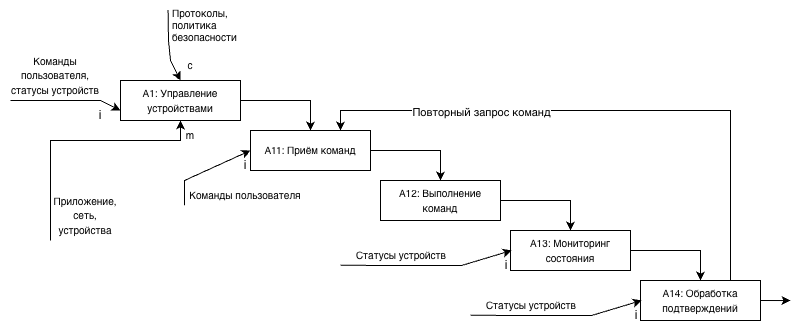
The draw.io diagram Диаграммы (3 Лабораторная работа)/Диаграмма первого уровня А1 (3 Лабораторная).png in motshexe/3103-PGUTISHKI, before a commit. Source tidied: cells renumbered, new cells last; positions are measured from the earlier drawing's top-left corner, leaving out a move shared by most shapes. Source of this version:
```xml
<mxGraphModel>
  <root>
    <mxCell id="0" />
    <mxCell id="1" parent="0" />
    <mxCell id="2" style="edgeStyle=orthogonalEdgeStyle;rounded=0;jettySize=auto;html=1;exitX=1;exitY=0.5;exitDx=0;exitDy=0;entryX=0.5;entryY=0;entryDx=0;entryDy=0;" parent="1" edge="1" source="3" target="11">
      <mxGeometry relative="1" as="geometry" />
    </mxCell>
    <mxCell id="3" value="&lt;font style=&quot;font-size: 10px;&quot;&gt;A1: Управление устройствами&lt;/font&gt;" style="rounded=0;whiteSpace=wrap;html=1;" parent="1" vertex="1">
      <mxGeometry x="120" y="80" width="120" height="40" as="geometry" />
    </mxCell>
    <mxCell id="4" value="&lt;font style=&quot;font-size: 10px;&quot;&gt;Команды пользователя, статусы устройств&lt;/font&gt;" style="text;html=1;whiteSpace=wrap;strokeColor=none;fillColor=none;align=center;verticalAlign=middle;rounded=0;" parent="1" vertex="1">
      <mxGeometry y="60" width="110" height="30" as="geometry" />
    </mxCell>
    <mxCell id="5" style="edgeStyle=none;jettySize=auto;html=1;rounded=0;entryX=0;entryY=0.75;entryDx=0;entryDy=0;" parent="1" edge="1" target="3">
      <mxGeometry relative="1" as="geometry">
        <mxPoint x="10" y="100" as="sourcePoint" />
        <Array as="points">
          <mxPoint x="50" y="100" />
          <mxPoint x="100" y="100" />
        </Array>
      </mxGeometry>
    </mxCell>
    <mxCell id="6" value="i" style="text;html=1;whiteSpace=wrap;strokeColor=none;fillColor=none;align=center;verticalAlign=middle;rounded=0;" parent="1" vertex="1">
      <mxGeometry x="70" y="100" width="60" height="30" as="geometry" />
    </mxCell>
    <mxCell id="7" value="Протоколы, политика безопасности" style="text;whiteSpace=wrap;fontSize=10;" parent="1" vertex="1">
      <mxGeometry x="170" width="90" height="40" as="geometry" />
    </mxCell>
    <mxCell id="8" style="edgeStyle=none;jettySize=auto;html=1;rounded=0;entryX=0.5;entryY=0;entryDx=0;entryDy=0;exitX=-0.027;exitY=0.235;exitDx=0;exitDy=0;exitPerimeter=0;" parent="1" edge="1" source="7" target="3">
      <mxGeometry relative="1" as="geometry">
        <Array as="points">
          <mxPoint x="168" y="40" />
          <mxPoint x="170" y="60" />
        </Array>
      </mxGeometry>
    </mxCell>
    <mxCell id="9" value="&lt;font style=&quot;font-size: 10px;&quot;&gt;с&lt;/font&gt;" style="text;html=1;whiteSpace=wrap;strokeColor=none;fillColor=none;align=center;verticalAlign=middle;rounded=0;" parent="1" vertex="1">
      <mxGeometry x="160" y="50" width="60" height="30" as="geometry" />
    </mxCell>
    <mxCell id="10" style="edgeStyle=orthogonalEdgeStyle;rounded=0;jettySize=auto;html=1;exitX=1;exitY=0.5;exitDx=0;exitDy=0;entryX=0.5;entryY=0;entryDx=0;entryDy=0;" parent="1" edge="1" source="11" target="13">
      <mxGeometry relative="1" as="geometry" />
    </mxCell>
    <mxCell id="11" value="&lt;font style=&quot;font-size: 10px;&quot;&gt;A11: Приём команд&lt;/font&gt;" style="rounded=0;whiteSpace=wrap;html=1;" parent="1" vertex="1">
      <mxGeometry x="250" y="130" width="120" height="40" as="geometry" />
    </mxCell>
    <mxCell id="12" style="edgeStyle=orthogonalEdgeStyle;rounded=0;jettySize=auto;html=1;exitX=1;exitY=0.5;exitDx=0;exitDy=0;entryX=0.5;entryY=0;entryDx=0;entryDy=0;" parent="1" edge="1" source="13" target="15">
      <mxGeometry relative="1" as="geometry" />
    </mxCell>
    <mxCell id="13" value="&lt;font style=&quot;font-size: 10px;&quot;&gt;A12: Выполнение команд&lt;/font&gt;" style="rounded=0;whiteSpace=wrap;html=1;" parent="1" vertex="1">
      <mxGeometry x="380" y="180" width="120" height="40" as="geometry" />
    </mxCell>
    <mxCell id="14" style="edgeStyle=orthogonalEdgeStyle;rounded=0;jettySize=auto;html=1;exitX=1;exitY=0.5;exitDx=0;exitDy=0;entryX=0.5;entryY=0;entryDx=0;entryDy=0;" parent="1" edge="1" source="15" target="19">
      <mxGeometry relative="1" as="geometry" />
    </mxCell>
    <mxCell id="15" value="&lt;font style=&quot;font-size: 10px;&quot;&gt;A13: Мониторинг состояния&lt;/font&gt;&lt;span style=&quot;color: rgba(0, 0, 0, 0); font-family: monospace; font-size: 0px; text-align: start; text-wrap-mode: nowrap;&quot;&gt;%3CmxGraphModel%3E%3Croot%3E%3CmxCell%20id%3D%220%22%2F%3E%3CmxCell%20id%3D%221%22%20parent%3D%220%22%2F%3E%3CmxCell%20id%3D%222%22%20value%3D%22%26lt%3Bfont%20style%3D%26quot%3Bfont-size%3A%2010px%3B%26quot%3B%26gt%3BA12%3A%20%D0%92%D1%8B%D0%BF%D0%BE%D0%BB%D0%BD%D0%B5%D0%BD%D0%B8%D0%B5%20%D0%BA%D0%BE%D0%BC%D0%B0%D0%BD%D0%B4%26lt%3B%2Ffont%26gt%3B%22%20style%3D%22rounded%3D0%3BwhiteSpace%3Dwrap%3Bhtml%3D1%3B%22%20vertex%3D%221%22%20parent%3D%221%22%3E%3CmxGeometry%20x%3D%22380%22%20y%3D%22180%22%20width%3D%22120%22%20height%3D%2240%22%20as%3D%22geometry%22%2F%3E%3C%2FmxCell%3E%3C%2Froot%3E%3C%2FmxGraphModel%3E&lt;/span&gt;" style="rounded=0;whiteSpace=wrap;html=1;" parent="1" vertex="1">
      <mxGeometry x="510" y="230" width="120" height="40" as="geometry" />
    </mxCell>
    <mxCell id="16" style="edgeStyle=orthogonalEdgeStyle;rounded=0;jettySize=auto;html=1;exitX=1;exitY=0.5;exitDx=0;exitDy=0;" parent="1" edge="1" source="19">
      <mxGeometry relative="1" as="geometry">
        <mxPoint x="790" y="300.2" as="targetPoint" />
      </mxGeometry>
    </mxCell>
    <mxCell id="17" style="edgeStyle=orthogonalEdgeStyle;rounded=0;jettySize=auto;html=1;exitX=0.75;exitY=0;exitDx=0;exitDy=0;entryX=0.75;entryY=0;entryDx=0;entryDy=0;" parent="1" edge="1" source="19" target="11">
      <mxGeometry relative="1" as="geometry" />
    </mxCell>
    <mxCell id="18" value="Повторный запрос команд" style="edgeLabel;html=1;align=center;verticalAlign=middle;" parent="17" vertex="1">
      <mxGeometry x="0.45" y="1" relative="1" as="geometry" />
    </mxCell>
    <mxCell id="19" value="&lt;font style=&quot;font-size: 10px;&quot;&gt;A14: Обработка подтверждений&lt;/font&gt;&lt;span style=&quot;color: rgba(0, 0, 0, 0); font-family: monospace; font-size: 0px; text-align: start; text-wrap-mode: nowrap;&quot;&gt;%3CmxGraphModel%3E%3Croot%3E%3CmxCell%20id%3D%220%22%2F%3E%3CmxCell%20id%3D%221%22%20parent%3D%220%22%2F%3E%3CmxCell%20id%3D%222%22%20value%3D%22%26lt%3Bfont%20style%3D%26quot%3Bfont-size%3A%2010px%3B%26quot%3B%26gt%3BA12%3A%20%D0%92%D1%8B%D0%BF%D0%BE%D0%BB%D0%BD%D0%B5%D0%BD%D0%B8%D0%B5%20%D0%BA%D0%BE%D0%BC%D0%B0%D0%BD%D0%B4%26lt%3B%2Ffont%26gt%3B%22%20style%3D%22rounded%3D0%3BwhiteSpace%3Dwrap%3Bhtml%3D1%3B%22%20vertex%3D%221%22%20parent%3D%221%22%3E%3CmxGeometry%20x%3D%22380%22%20y%3D%22180%22%20width%3D%22120%22%20height%3D%2240%22%20as%3D%22geometry%22%2F%3E%3C%2FmxCell%3E%3C%2Froot%3E%3C%2FmxGraphModel%3E&lt;/span&gt;" style="rounded=0;whiteSpace=wrap;html=1;" parent="1" vertex="1">
      <mxGeometry x="640" y="280" width="120" height="40" as="geometry" />
    </mxCell>
    <mxCell id="20" value="&lt;font style=&quot;font-size: 10px;&quot;&gt;Команды пользователя&lt;/font&gt;" style="text;html=1;whiteSpace=wrap;strokeColor=none;fillColor=none;align=center;verticalAlign=middle;rounded=0;" parent="1" vertex="1">
      <mxGeometry x="185" y="180" width="120" height="30" as="geometry" />
    </mxCell>
    <mxCell id="21" style="edgeStyle=none;jettySize=auto;html=1;rounded=0;entryX=0;entryY=0.5;entryDx=0;entryDy=0;exitX=-0.009;exitY=0.825;exitDx=0;exitDy=0;exitPerimeter=0;" parent="1" edge="1" source="20" target="11">
      <mxGeometry relative="1" as="geometry">
        <Array as="points">
          <mxPoint x="184" y="180" />
        </Array>
      </mxGeometry>
    </mxCell>
    <mxCell id="22" value="i" style="text;html=1;whiteSpace=wrap;strokeColor=none;fillColor=none;align=center;verticalAlign=middle;rounded=0;" parent="1" vertex="1">
      <mxGeometry x="230" y="150" width="30" height="30" as="geometry" />
    </mxCell>
    <mxCell id="23" value="&lt;span style=&quot;font-size: 10px;&quot;&gt;Статусы устройств&lt;/span&gt;" style="text;html=1;whiteSpace=wrap;strokeColor=none;fillColor=none;align=center;verticalAlign=middle;rounded=0;" parent="1" vertex="1">
      <mxGeometry x="341.1" y="240" width="120" height="30" as="geometry" />
    </mxCell>
    <mxCell id="24" style="edgeStyle=none;jettySize=auto;html=1;rounded=0;entryX=0;entryY=0.5;entryDx=0;entryDy=0;exitX=-0.009;exitY=0.825;exitDx=0;exitDy=0;exitPerimeter=0;" parent="1" edge="1" source="23">
      <mxGeometry relative="1" as="geometry">
        <mxPoint x="511.1" y="250" as="targetPoint" />
        <Array as="points">
          <mxPoint x="391.1" y="265" />
          <mxPoint x="461.1" y="265" />
        </Array>
      </mxGeometry>
    </mxCell>
    <mxCell id="25" value="i" style="text;html=1;whiteSpace=wrap;strokeColor=none;fillColor=none;align=center;verticalAlign=middle;rounded=0;" parent="1" vertex="1">
      <mxGeometry x="491.1" y="250" width="30" height="30" as="geometry" />
    </mxCell>
    <mxCell id="26" value="&lt;span style=&quot;font-size: 10px;&quot;&gt;Статусы устройств&lt;/span&gt;" style="text;html=1;whiteSpace=wrap;strokeColor=none;fillColor=none;align=center;verticalAlign=middle;rounded=0;" parent="1" vertex="1">
      <mxGeometry x="471.1" y="290" width="120" height="30" as="geometry" />
    </mxCell>
    <mxCell id="27" style="edgeStyle=none;jettySize=auto;html=1;rounded=0;entryX=0;entryY=0.5;entryDx=0;entryDy=0;exitX=-0.009;exitY=0.825;exitDx=0;exitDy=0;exitPerimeter=0;" parent="1" edge="1" source="26">
      <mxGeometry relative="1" as="geometry">
        <mxPoint x="641.1" y="300" as="targetPoint" />
        <Array as="points">
          <mxPoint x="521.1" y="315" />
          <mxPoint x="591.1" y="315" />
        </Array>
      </mxGeometry>
    </mxCell>
    <mxCell id="28" value="i" style="text;html=1;whiteSpace=wrap;strokeColor=none;fillColor=none;align=center;verticalAlign=middle;rounded=0;" parent="1" vertex="1">
      <mxGeometry x="621.1" y="300" width="30" height="30" as="geometry" />
    </mxCell>
    <mxCell id="29" value="&lt;font style=&quot;font-size: 10px;&quot;&gt;Приложение, сеть, устройства&lt;/font&gt;" style="text;html=1;whiteSpace=wrap;strokeColor=none;fillColor=none;align=center;verticalAlign=middle;rounded=0;" parent="1" vertex="1">
      <mxGeometry x="50" y="200" width="70" height="30" as="geometry" />
    </mxCell>
    <mxCell id="30" style="edgeStyle=none;jettySize=auto;html=1;rounded=0;entryX=0.5;entryY=1;entryDx=0;entryDy=0;" parent="1" edge="1" target="3">
      <mxGeometry relative="1" as="geometry">
        <mxPoint x="50" y="240" as="sourcePoint" />
        <Array as="points">
          <mxPoint x="50" y="240" />
          <mxPoint x="50" y="140" />
          <mxPoint x="180" y="140" />
        </Array>
      </mxGeometry>
    </mxCell>
    <mxCell id="31" value="&lt;span style=&quot;font-size: 10px;&quot;&gt;m&lt;/span&gt;" style="text;html=1;whiteSpace=wrap;strokeColor=none;fillColor=none;align=center;verticalAlign=middle;rounded=0;" parent="1" vertex="1">
      <mxGeometry x="160" y="120" width="60" height="30" as="geometry" />
    </mxCell>
  </root>
</mxGraphModel>
```
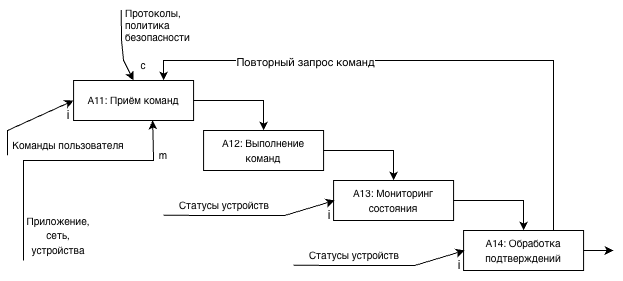
Above is the later version.

Diff of the diagram source:
```diff
@@ -2,40 +2,20 @@
   <root>
     <mxCell id="0" />
     <mxCell id="1" parent="0" />
-    <mxCell id="2" style="edgeStyle=orthogonalEdgeStyle;rounded=0;jettySize=auto;html=1;exitX=1;exitY=0.5;exitDx=0;exitDy=0;entryX=0.5;entryY=0;entryDx=0;entryDy=0;" parent="1" edge="1" source="3" target="11">
-      <mxGeometry relative="1" as="geometry" />
-    </mxCell>
-    <mxCell id="3" value="&lt;font style=&quot;font-size: 10px;&quot;&gt;A1: Управление устройствами&lt;/font&gt;" style="rounded=0;whiteSpace=wrap;html=1;" parent="1" vertex="1">
-      <mxGeometry x="120" y="80" width="120" height="40" as="geometry" />
-    </mxCell>
-    <mxCell id="4" value="&lt;font style=&quot;font-size: 10px;&quot;&gt;Команды пользователя, статусы устройств&lt;/font&gt;" style="text;html=1;whiteSpace=wrap;strokeColor=none;fillColor=none;align=center;verticalAlign=middle;rounded=0;" parent="1" vertex="1">
-      <mxGeometry y="60" width="110" height="30" as="geometry" />
-    </mxCell>
-    <mxCell id="5" style="edgeStyle=none;jettySize=auto;html=1;rounded=0;entryX=0;entryY=0.75;entryDx=0;entryDy=0;" parent="1" edge="1" target="3">
-      <mxGeometry relative="1" as="geometry">
-        <mxPoint x="10" y="100" as="sourcePoint" />
-        <Array as="points">
-          <mxPoint x="50" y="100" />
-          <mxPoint x="100" y="100" />
-        </Array>
-      </mxGeometry>
-    </mxCell>
-    <mxCell id="6" value="i" style="text;html=1;whiteSpace=wrap;strokeColor=none;fillColor=none;align=center;verticalAlign=middle;rounded=0;" parent="1" vertex="1">
-      <mxGeometry x="70" y="100" width="60" height="30" as="geometry" />
-    </mxCell>
     <mxCell id="7" value="Протоколы, политика безопасности" style="text;whiteSpace=wrap;fontSize=10;" parent="1" vertex="1">
-      <mxGeometry x="170" width="90" height="40" as="geometry" />
+      <mxGeometry x="300" y="50" width="90" height="40" as="geometry" />
     </mxCell>
-    <mxCell id="8" style="edgeStyle=none;jettySize=auto;html=1;rounded=0;entryX=0.5;entryY=0;entryDx=0;entryDy=0;exitX=-0.027;exitY=0.235;exitDx=0;exitDy=0;exitPerimeter=0;" parent="1" edge="1" source="7" target="3">
+    <mxCell id="8" style="edgeStyle=none;jettySize=auto;html=1;rounded=0;entryX=0.5;entryY=0;entryDx=0;entryDy=0;exitX=-0.027;exitY=0.235;exitDx=0;exitDy=0;exitPerimeter=0;" parent="1" edge="1" source="7">
       <mxGeometry relative="1" as="geometry">
+        <mxPoint x="310" y="130" as="targetPoint" />
         <Array as="points">
-          <mxPoint x="168" y="40" />
-          <mxPoint x="170" y="60" />
+          <mxPoint x="298" y="90" />
+          <mxPoint x="300" y="110" />
         </Array>
       </mxGeometry>
     </mxCell>
     <mxCell id="9" value="&lt;font style=&quot;font-size: 10px;&quot;&gt;с&lt;/font&gt;" style="text;html=1;whiteSpace=wrap;strokeColor=none;fillColor=none;align=center;verticalAlign=middle;rounded=0;" parent="1" vertex="1">
-      <mxGeometry x="160" y="50" width="60" height="30" as="geometry" />
+      <mxGeometry x="290" y="100" width="60" height="30" as="geometry" />
     </mxCell>
     <mxCell id="10" style="edgeStyle=orthogonalEdgeStyle;rounded=0;jettySize=auto;html=1;exitX=1;exitY=0.5;exitDx=0;exitDy=0;entryX=0.5;entryY=0;entryDx=0;entryDy=0;" parent="1" edge="1" source="11" target="13">
       <mxGeometry relative="1" as="geometry" />
@@ -113,20 +93,20 @@
       <mxGeometry x="621.1" y="300" width="30" height="30" as="geometry" />
     </mxCell>
     <mxCell id="29" value="&lt;font style=&quot;font-size: 10px;&quot;&gt;Приложение, сеть, устройства&lt;/font&gt;" style="text;html=1;whiteSpace=wrap;strokeColor=none;fillColor=none;align=center;verticalAlign=middle;rounded=0;" parent="1" vertex="1">
-      <mxGeometry x="50" y="200" width="70" height="30" as="geometry" />
+      <mxGeometry x="200" y="270" width="70" height="30" as="geometry" />
     </mxCell>
-    <mxCell id="30" style="edgeStyle=none;jettySize=auto;html=1;rounded=0;entryX=0.5;entryY=1;entryDx=0;entryDy=0;" parent="1" edge="1" target="3">
+    <mxCell id="30" style="edgeStyle=none;jettySize=auto;html=1;rounded=0;entryX=0.659;entryY=0.999;entryDx=0;entryDy=0;entryPerimeter=0;" parent="1" edge="1" target="11">
       <mxGeometry relative="1" as="geometry">
-        <mxPoint x="50" y="240" as="sourcePoint" />
+        <mxPoint x="200" y="310" as="sourcePoint" />
         <Array as="points">
-          <mxPoint x="50" y="240" />
-          <mxPoint x="50" y="140" />
-          <mxPoint x="180" y="140" />
+          <mxPoint x="200" y="310" />
+          <mxPoint x="200" y="210" />
+          <mxPoint x="330" y="210" />
         </Array>
       </mxGeometry>
     </mxCell>
     <mxCell id="31" value="&lt;span style=&quot;font-size: 10px;&quot;&gt;m&lt;/span&gt;" style="text;html=1;whiteSpace=wrap;strokeColor=none;fillColor=none;align=center;verticalAlign=middle;rounded=0;" parent="1" vertex="1">
-      <mxGeometry x="160" y="120" width="60" height="30" as="geometry" />
+      <mxGeometry x="310" y="190" width="60" height="30" as="geometry" />
     </mxCell>
   </root>
 </mxGraphModel>
```
